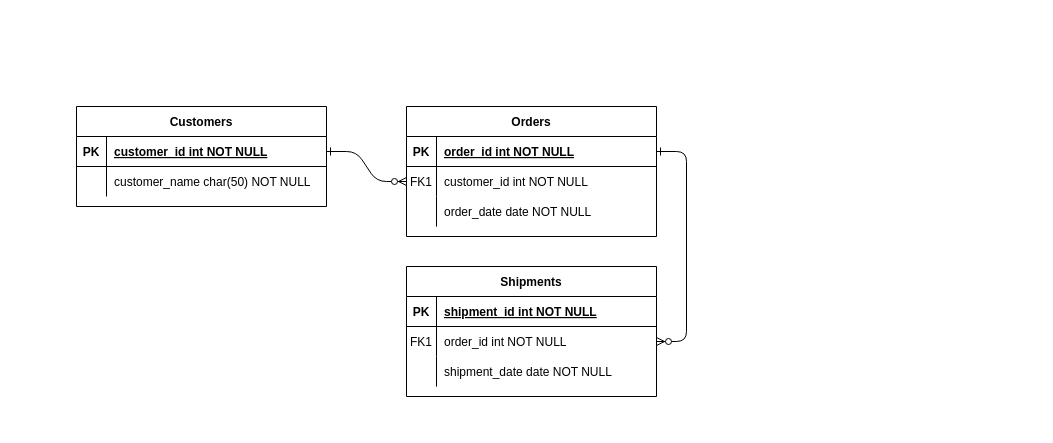
Earlier version of the draw.io diagram Diagram bez tytułu.drawio (Rascalele/Program_do_rozliczania_faktur). Source tidied: cells renumbered, new cells numbered last; positions are measured from the earlier drawing's top-left corner, leaving out a move shared by most shapes. Both pictures are drawn from the tidied source at 100%, with x=0, y=0 at pixel (76, 106).
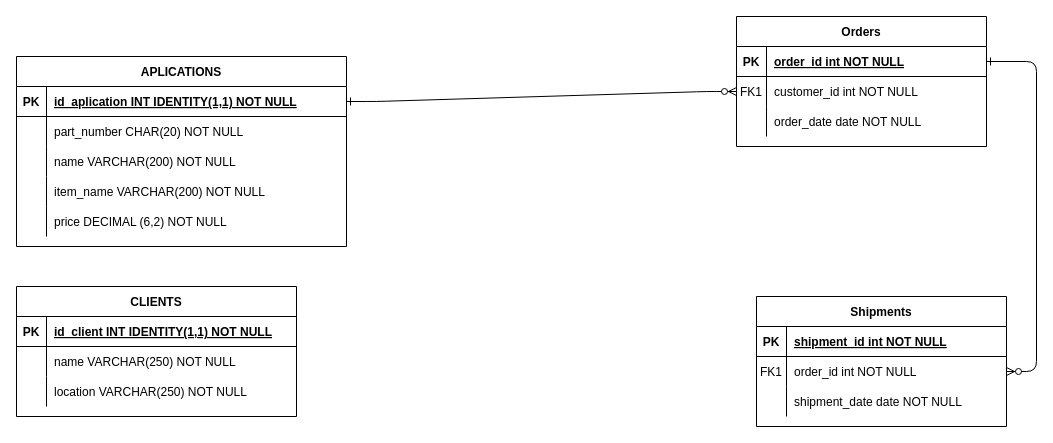
Above is the later version.

Change to the diagram source:
```diff
@@
     <mxCell id="4" value="Orders" style="shape=table;startSize=30;childLayout=tableLayout;rowLines=0;fontStyle=1;align=center;" parent="1" vertex="1">
-      <mxGeometry x="330" width="250" height="130" as="geometry" />
+      <mxGeometry x="660" y="-90" width="250" height="130" as="geometry" />
     </mxCell>
@@
     <mxCell id="14" value="Shipments" style="shape=table;startSize=30;childLayout=tableLayout;rowLines=0;fontStyle=1;align=center;" parent="1" vertex="1">
-      <mxGeometry x="330" y="160" width="250" height="130" as="geometry" />
+      <mxGeometry x="680" y="190" width="250" height="130" as="geometry" />
     </mxCell>
@@
-    <mxCell id="24" value="Customers" style="shape=table;startSize=30;childLayout=tableLayout;rowLines=0;fontStyle=1;align=center;" parent="1" vertex="1">
-      <mxGeometry width="250" height="100" as="geometry" />
+    <mxCell id="24" value="APLICATIONS" style="shape=table;startSize=30;childLayout=tableLayout;rowLines=0;fontStyle=1;align=center;" parent="1" vertex="1">
+      <mxGeometry x="-60" y="-50" width="330" height="190" as="geometry" />
     </mxCell>
     <mxCell id="25" style="shape=partialRectangle;fillColor=none;points=[[0,0.5],[1,0.5]];portConstraint=eastwest;top=0;left=0;right=0;bottom=1;" parent="24" vertex="1">
-      <mxGeometry y="30" width="250" height="30" as="geometry" />
+      <mxGeometry y="30" width="330" height="30" as="geometry" />
     </mxCell>
@@
-    <mxCell id="27" value="customer_id int NOT NULL " style="shape=partialRectangle;overflow=hidden;fillColor=none;top=0;left=0;bottom=0;right=0;align=left;spacingLeft=6;fontStyle=5;" parent="25" vertex="1">
-      <mxGeometry x="30" width="220" height="30" as="geometry" />
+    <mxCell id="27" value="id_aplication INT IDENTITY(1,1) NOT NULL" style="shape=partialRectangle;overflow=hidden;fillColor=none;top=0;left=0;bottom=0;right=0;align=left;spacingLeft=6;fontStyle=5;" parent="25" vertex="1">
+      <mxGeometry x="30" width="300" height="30" as="geometry" />
     </mxCell>
     <mxCell id="28" style="shape=partialRectangle;fillColor=none;top=0;left=0;right=0;bottom=0;" parent="24" vertex="1">
-      <mxGeometry y="60" width="250" height="30" as="geometry" />
+      <mxGeometry y="60" width="330" height="30" as="geometry" />
     </mxCell>
@@
-    <mxCell id="30" value="customer_name char(50) NOT NULL" style="shape=partialRectangle;overflow=hidden;fillColor=none;top=0;left=0;bottom=0;right=0;align=left;spacingLeft=6;" parent="28" vertex="1">
-      <mxGeometry x="30" width="220" height="30" as="geometry" />
+    <mxCell id="30" value="part_number CHAR(20) NOT NULL" style="shape=partialRectangle;overflow=hidden;fillColor=none;top=0;left=0;bottom=0;right=0;align=left;spacingLeft=6;" parent="28" vertex="1">
+      <mxGeometry x="30" width="300" height="30" as="geometry" />
     </mxCell>
+    <mxCell id="31" style="shape=partialRectangle;fillColor=none;top=0;left=0;right=0;bottom=0;" parent="24" vertex="1">
+      <mxGeometry y="90" width="330" height="30" as="geometry" />
+    </mxCell>
+    <mxCell id="32" style="shape=partialRectangle;overflow=hidden;fillColor=none;top=0;left=0;bottom=0;right=0;" parent="31" vertex="1">
+      <mxGeometry width="30" height="30" as="geometry" />
+    </mxCell>
+    <mxCell id="33" value="name VARCHAR(200) NOT NULL" style="shape=partialRectangle;overflow=hidden;fillColor=none;top=0;left=0;bottom=0;right=0;align=left;spacingLeft=6;" parent="31" vertex="1">
+      <mxGeometry x="30" width="300" height="30" as="geometry" />
+    </mxCell>
+    <mxCell id="34" style="shape=partialRectangle;fillColor=none;top=0;left=0;right=0;bottom=0;" parent="24" vertex="1">
+      <mxGeometry y="120" width="330" height="30" as="geometry" />
+    </mxCell>
+    <mxCell id="35" style="shape=partialRectangle;overflow=hidden;fillColor=none;top=0;left=0;bottom=0;right=0;" parent="34" vertex="1">
+      <mxGeometry width="30" height="30" as="geometry" />
+    </mxCell>
+    <mxCell id="36" value="item_name VARCHAR(200) NOT NULL" style="shape=partialRectangle;overflow=hidden;fillColor=none;top=0;left=0;bottom=0;right=0;align=left;spacingLeft=6;" parent="34" vertex="1">
+      <mxGeometry x="30" width="300" height="30" as="geometry" />
+    </mxCell>
+    <mxCell id="37" style="shape=partialRectangle;fillColor=none;top=0;left=0;right=0;bottom=0;" parent="24" vertex="1">
+      <mxGeometry y="150" width="330" height="30" as="geometry" />
+    </mxCell>
+    <mxCell id="38" style="shape=partialRectangle;overflow=hidden;fillColor=none;top=0;left=0;bottom=0;right=0;" parent="37" vertex="1">
+      <mxGeometry width="30" height="30" as="geometry" />
+    </mxCell>
+    <mxCell id="39" value="price DECIMAL (6,2) NOT NULL" style="shape=partialRectangle;overflow=hidden;fillColor=none;top=0;left=0;bottom=0;right=0;align=left;spacingLeft=6;" parent="37" vertex="1">
+      <mxGeometry x="30" width="300" height="30" as="geometry" />
+    </mxCell>
+    <mxCell id="40" value="CLIENTS" style="shape=table;startSize=30;childLayout=tableLayout;rowLines=0;fontStyle=1;align=center;" parent="1" vertex="1">
+      <mxGeometry x="-60" y="180" width="280" height="130" as="geometry" />
+    </mxCell>
+    <mxCell id="41" style="shape=partialRectangle;fillColor=none;top=0;left=0;right=0;bottom=1;" parent="40" vertex="1">
+      <mxGeometry y="30" width="280" height="30" as="geometry" />
+    </mxCell>
+    <mxCell id="42" value="PK" style="shape=partialRectangle;overflow=hidden;fillColor=none;top=0;left=0;bottom=0;right=0;fontStyle=1;" parent="41" vertex="1">
+      <mxGeometry width="30" height="30" as="geometry" />
+    </mxCell>
+    <mxCell id="43" value="id_client INT IDENTITY(1,1) NOT NULL " style="shape=partialRectangle;overflow=hidden;fillColor=none;top=0;left=0;bottom=0;right=0;align=left;spacingLeft=6;fontStyle=5;" parent="41" vertex="1">
+      <mxGeometry x="30" width="250" height="30" as="geometry" />
+    </mxCell>
+    <mxCell id="44" style="shape=partialRectangle;fillColor=none;top=0;left=0;right=0;bottom=0;" parent="40" vertex="1">
+      <mxGeometry y="60" width="280" height="30" as="geometry" />
+    </mxCell>
+    <mxCell id="45" style="shape=partialRectangle;overflow=hidden;fillColor=none;top=0;left=0;bottom=0;right=0;" parent="44" vertex="1">
+      <mxGeometry width="30" height="30" as="geometry" />
+    </mxCell>
+    <mxCell id="46" value="name VARCHAR(250) NOT NULL" style="shape=partialRectangle;overflow=hidden;fillColor=none;top=0;left=0;bottom=0;right=0;align=left;spacingLeft=6;" parent="44" vertex="1">
+      <mxGeometry x="30" width="250" height="30" as="geometry" />
+    </mxCell>
+    <mxCell id="47" style="shape=partialRectangle;fillColor=none;top=0;left=0;right=0;bottom=0;" parent="40" vertex="1">
+      <mxGeometry y="90" width="280" height="30" as="geometry" />
+    </mxCell>
+    <mxCell id="48" style="shape=partialRectangle;overflow=hidden;fillColor=none;top=0;left=0;bottom=0;right=0;" parent="47" vertex="1">
+      <mxGeometry width="30" height="30" as="geometry" />
+    </mxCell>
+    <mxCell id="49" value="location VARCHAR(250) NOT NULL" style="shape=partialRectangle;overflow=hidden;fillColor=none;top=0;left=0;bottom=0;right=0;align=left;spacingLeft=6;" parent="47" vertex="1">
+      <mxGeometry x="30" width="250" height="30" as="geometry" />
+    </mxCell>
```
